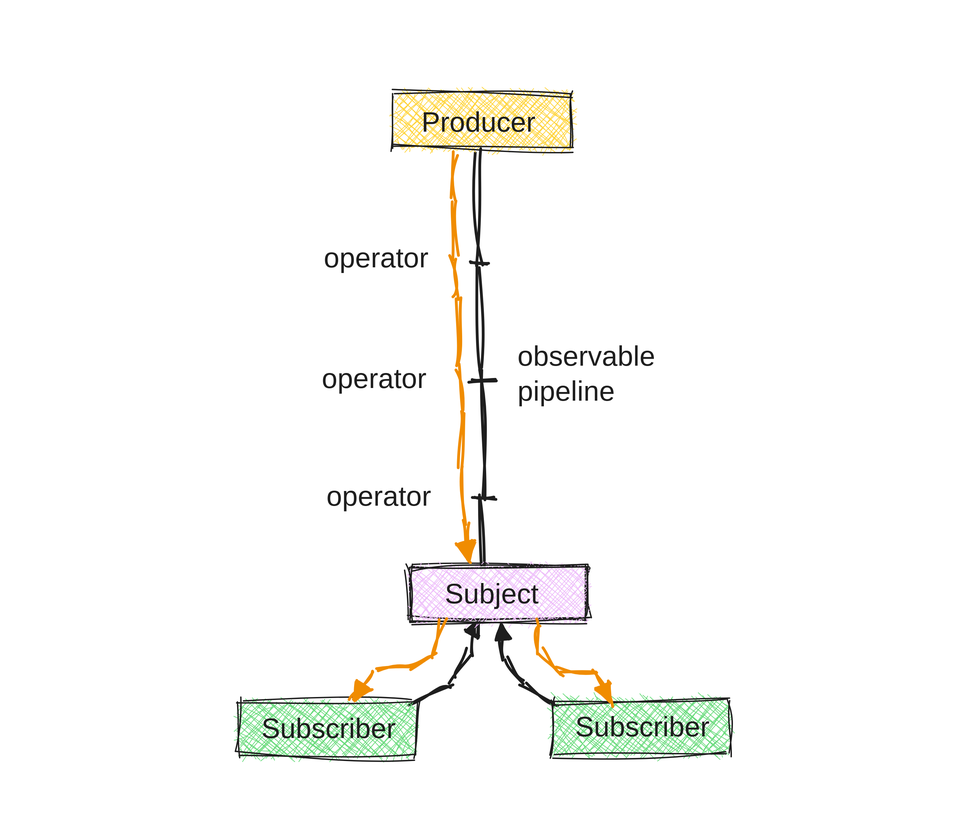
The Excalidraw diagram images/blog/blog-rxjs-multicasting.svg in ducin/ducin.dev, before a commit. Source tidied: one line per element, renumbered; positions are measured from the earlier drawing's top-left corner, leaving out a move shared by most shapes.
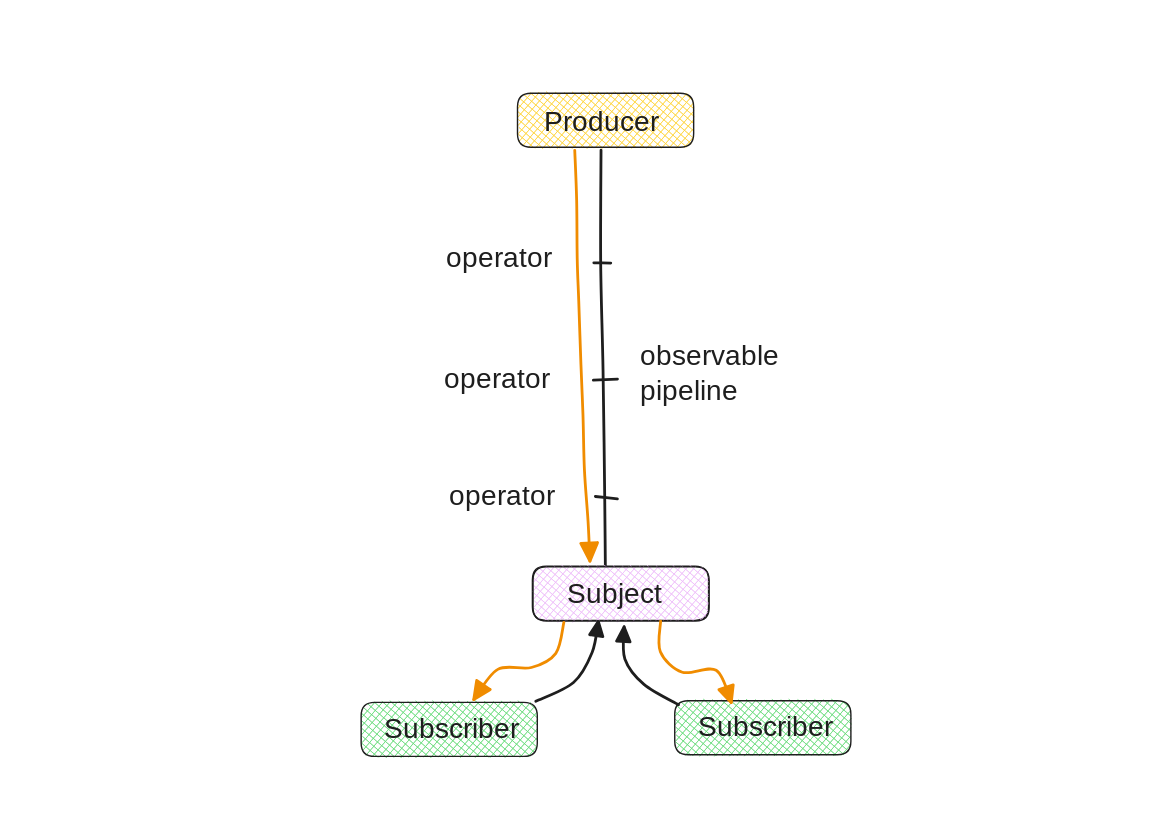
The same file after the commit.

What changed in the source:
```diff
@@ -1,23 +1,23 @@
-{"id": 0, "type": "rectangle", "strokeColor": "transparent", "strokeWidth": 2, "roughness": 2, "x": 0, "y": 0, "width": 662, "height": 579}
-{"id": 1, "type": "line", "strokeColor": "#1e1e1e", "backgroundColor": "#4dabf7", "fillStyle": "cross-hatch", "strokeWidth": 2, "roughness": 2, "x": 332, "y": 97, "width": 4, "height": 333, "points": [[0, 0], [0, 81], [1, 157], [3, 248], [3, 333]]}
-{"id": 2, "type": "line", "strokeColor": "#1e1e1e", "backgroundColor": "#4dabf7", "fillStyle": "cross-hatch", "strokeWidth": 2, "roughness": 2, "x": 327, "y": 178, "width": 12, "height": 0, "points": [[0, 0], [12, 0]]}
-{"id": 3, "type": "line", "strokeColor": "#1e1e1e", "backgroundColor": "#4dabf7", "fillStyle": "cross-hatch", "strokeWidth": 2, "roughness": 2, "x": 326, "y": 262, "width": 17, "height": 1, "points": [[0, 0], [17, -1]]}
-{"id": 4, "type": "line", "strokeColor": "#1e1e1e", "backgroundColor": "#4dabf7", "fillStyle": "cross-hatch", "strokeWidth": 2, "roughness": 2, "x": 328, "y": 345, "width": 16, "height": 2, "points": [[0, 0], [16, 2]]}
-{"id": 5, "type": "arrow", "strokeColor": "#1e1e1e", "backgroundColor": "#4dabf7", "fillStyle": "cross-hatch", "strokeWidth": 2, "roughness": 2, "endArrowhead": "triangle", "from": 13, "to": 16, "x": 285, "y": 491, "width": 45, "height": 57, "points": [[0, 0], [27, -13], [40, -35], [45, -57]]}
+{"id": 23, "type": "rectangle", "strokeColor": "transparent", "strokeWidth": 2, "roughness": 0, "round": true, "x": -87, "y": 0, "width": 805, "height": 579}
+{"id": 24, "type": "line", "strokeColor": "#1e1e1e", "backgroundColor": "#4dabf7", "fillStyle": "cross-hatch", "strokeWidth": 2, "roughness": 0, "round": true, "x": 332, "y": 97, "width": 4, "height": 333, "points": [[0, 0], [0, 81], [1, 157], [3, 248], [3, 333]]}
+{"id": 25, "type": "line", "strokeColor": "#1e1e1e", "backgroundColor": "#4dabf7", "fillStyle": "cross-hatch", "strokeWidth": 2, "roughness": 0, "round": true, "x": 327, "y": 178, "width": 12, "height": 0, "points": [[0, 0], [12, 0]]}
+{"id": 26, "type": "line", "strokeColor": "#1e1e1e", "backgroundColor": "#4dabf7", "fillStyle": "cross-hatch", "strokeWidth": 2, "roughness": 0, "round": true, "x": 326, "y": 262, "width": 17, "height": 1, "points": [[0, 0], [17, -1]]}
+{"id": 27, "type": "line", "strokeColor": "#1e1e1e", "backgroundColor": "#4dabf7", "fillStyle": "cross-hatch", "strokeWidth": 2, "roughness": 0, "round": true, "x": 328, "y": 345, "width": 16, "height": 2, "points": [[0, 0], [16, 2]]}
+{"id": 28, "type": "arrow", "strokeColor": "#1e1e1e", "backgroundColor": "#4dabf7", "fillStyle": "cross-hatch", "strokeWidth": 2, "roughness": 0, "endArrowhead": "triangle", "round": true, "from": 34, "to": 16, "x": 285, "y": 491, "width": 45, "height": 57, "points": [[0, 0], [27, -13], [40, -35], [45, -57]]}
-{"id": 6, "type": "text", "text": "observable\npipeline", "strokeColor": "#1e1e1e", "backgroundColor": "#4dabf7", "fillStyle": "cross-hatch", "strokeWidth": 2, "roughness": 2, "fontSize": 20, "fontFamily": 1, "x": 359, "y": 233, "width": 102, "height": 50}
+{"id": 6, "type": "text", "text": "observable\npipeline", "strokeColor": "#1e1e1e", "backgroundColor": "#4dabf7", "fillStyle": "cross-hatch", "strokeWidth": 2, "roughness": 0, "fontSize": 20, "fontFamily": 1, "round": true, "x": 359, "y": 233, "width": 102, "height": 50}
-{"id": 7, "type": "rectangle", "strokeColor": "#1e1e1e", "backgroundColor": "#ffd43b", "fillStyle": "cross-hatch", "strokeWidth": 1, "roughness": 2, "x": 272, "y": 57, "width": 126, "height": 39}
+{"id": 29, "type": "rectangle", "strokeColor": "#1e1e1e", "backgroundColor": "#ffd43b", "fillStyle": "cross-hatch", "strokeWidth": 1, "roughness": 0, "round": true, "x": 272, "y": 57, "width": 126, "height": 39}
-{"id": 8, "type": "text", "text": "Producer", "strokeColor": "#1e1e1e", "backgroundColor": "#a5d8ff", "fillStyle": "cross-hatch", "strokeWidth": 1, "roughness": 2, "fontSize": 20, "fontFamily": 1, "x": 291, "y": 66, "width": 85, "height": 25}
+{"id": 8, "type": "text", "text": "Producer", "strokeColor": "#1e1e1e", "backgroundColor": "#a5d8ff", "fillStyle": "cross-hatch", "strokeWidth": 1, "roughness": 0, "fontSize": 20, "fontFamily": 1, "round": true, "x": 291, "y": 66, "width": 85, "height": 25}
-{"id": 9, "type": "arrow", "strokeColor": "#1e1e1e", "backgroundColor": "#4dabf7", "fillStyle": "cross-hatch", "strokeWidth": 2, "roughness": 2, "endArrowhead": "triangle", "from": 11, "to": 16, "x": 387, "y": 493, "width": 39, "height": 56, "points": [[0, 0], [-25, -15], [-38, -33], [-39, -56]]}
-{"id": 10, "type": "rectangle", "strokeColor": "#1e1e1e", "backgroundColor": "#69db7c", "fillStyle": "cross-hatch", "strokeWidth": 1, "roughness": 2, "x": 385, "y": 491, "width": 126, "height": 39}
-{"id": 11, "type": "text", "text": "Subscriber", "strokeColor": "#1e1e1e", "backgroundColor": "#4dabf7", "fillStyle": "cross-hatch", "strokeWidth": 2, "roughness": 2, "fontSize": 20, "fontFamily": 1, "x": 401, "y": 498, "width": 97, "height": 25}
-{"id": 12, "type": "rectangle", "strokeColor": "#1e1e1e", "backgroundColor": "#69db7c", "fillStyle": "cross-hatch", "strokeWidth": 1, "roughness": 2, "x": 161, "y": 492, "width": 126, "height": 39}
-{"id": 13, "type": "text", "text": "Subscriber", "strokeColor": "#1e1e1e", "backgroundColor": "#4dabf7", "fillStyle": "cross-hatch", "strokeWidth": 2, "roughness": 2, "fontSize": 20, "fontFamily": 1, "x": 177, "y": 499, "width": 97, "height": 25}
-{"id": 14, "type": "rectangle", "strokeColor": "#1e1e1e", "backgroundColor": "#fff", "fillStyle": "solid", "strokeWidth": 1, "roughness": 2, "x": 283, "y": 395, "width": 126, "height": 39}
-{"id": 15, "type": "rectangle", "strokeColor": "#1e1e1e", "backgroundColor": "#eebefa", "fillStyle": "cross-hatch", "strokeWidth": 1, "roughness": 2, "x": 283, "y": 395, "width": 126, "height": 39}
+{"id": 30, "type": "arrow", "strokeColor": "#1e1e1e", "backgroundColor": "#4dabf7", "fillStyle": "cross-hatch", "strokeWidth": 2, "roughness": 0, "endArrowhead": "triangle", "round": true, "from": 32, "to": 16, "x": 387, "y": 493, "width": 39, "height": 56, "points": [[0, 0], [-25, -15], [-38, -33], [-39, -56]]}
+{"id": 31, "type": "rectangle", "strokeColor": "#1e1e1e", "backgroundColor": "#69db7c", "fillStyle": "cross-hatch", "strokeWidth": 1, "roughness": 0, "round": true, "x": 385, "y": 491, "width": 126, "height": 39}
+{"id": 32, "type": "text", "text": "Subscriber", "strokeColor": "#1e1e1e", "backgroundColor": "#4dabf7", "fillStyle": "cross-hatch", "strokeWidth": 2, "roughness": 0, "fontSize": 20, "fontFamily": 1, "round": true, "x": 401, "y": 498, "width": 97, "height": 25}
+{"id": 33, "type": "rectangle", "strokeColor": "#1e1e1e", "backgroundColor": "#69db7c", "fillStyle": "cross-hatch", "strokeWidth": 1, "roughness": 0, "round": true, "x": 161, "y": 492, "width": 126, "height": 39}
+{"id": 34, "type": "text", "text": "Subscriber", "strokeColor": "#1e1e1e", "backgroundColor": "#4dabf7", "fillStyle": "cross-hatch", "strokeWidth": 2, "roughness": 0, "fontSize": 20, "fontFamily": 1, "round": true, "x": 177, "y": 499, "width": 97, "height": 25}
+{"id": 35, "type": "rectangle", "strokeColor": "#1e1e1e", "backgroundColor": "#fff", "fillStyle": "solid", "strokeWidth": 1, "roughness": 0, "round": true, "x": 283, "y": 395, "width": 126, "height": 39}
+{"id": 36, "type": "rectangle", "strokeColor": "#1e1e1e", "backgroundColor": "#eebefa", "fillStyle": "cross-hatch", "strokeWidth": 1, "roughness": 0, "round": true, "x": 283, "y": 395, "width": 126, "height": 39}
-{"id": 16, "type": "text", "text": "Subject", "strokeColor": "#1e1e1e", "backgroundColor": "#a5d8ff", "fillStyle": "cross-hatch", "strokeWidth": 1, "roughness": 2, "fontSize": 20, "fontFamily": 1, "x": 308, "y": 403, "width": 73, "height": 25}
+{"id": 16, "type": "text", "text": "Subject", "strokeColor": "#1e1e1e", "backgroundColor": "#a5d8ff", "fillStyle": "cross-hatch", "strokeWidth": 1, "roughness": 0, "fontSize": 20, "fontFamily": 1, "round": true, "x": 308, "y": 403, "width": 73, "height": 25}
-{"id": 17, "type": "text", "text": "operator", "strokeColor": "#1e1e1e", "backgroundColor": "#fff", "fillStyle": "solid", "strokeWidth": 2, "roughness": 2, "fontSize": 20, "fontFamily": 1, "x": 221, "y": 163, "width": 85, "height": 25}
-{"id": 18, "type": "text", "text": "operator", "strokeColor": "#1e1e1e", "backgroundColor": "#fff", "fillStyle": "solid", "strokeWidth": 2, "roughness": 2, "fontSize": 20, "fontFamily": 1, "x": 220, "y": 249, "width": 85, "height": 25}
-{"id": 19, "type": "text", "text": "operator", "strokeColor": "#1e1e1e", "backgroundColor": "#fff", "fillStyle": "solid", "strokeWidth": 2, "roughness": 2, "fontSize": 20, "fontFamily": 1, "x": 223, "y": 333, "width": 85, "height": 25}
-{"id": 20, "type": "arrow", "strokeColor": "#f08c00", "backgroundColor": "#fff", "fillStyle": "solid", "strokeWidth": 2, "roughness": 2, "endArrowhead": "triangle", "from": 16, "to": 13, "x": 305, "y": 435, "width": 64, "height": 55, "points": [[0, 0], [-6, 22], [-23, 32], [-47, 34], [-64, 55]]}
-{"id": 21, "type": "arrow", "strokeColor": "#f08c00", "backgroundColor": "#fff", "fillStyle": "solid", "strokeWidth": 2, "roughness": 2, "endArrowhead": "triangle", "from": 16, "to": 11, "x": 374, "y": 434, "width": 51, "height": 58, "points": [[0, 0], [0, 22], [15, 37], [40, 35], [50, 58]]}
-{"id": 22, "type": "arrow", "strokeColor": "#f08c00", "angle": 3.12, "backgroundColor": "#fff", "fillStyle": "solid", "strokeWidth": 2, "roughness": 2, "endArrowhead": "triangle", "from": 8, "to": 16, "x": 320, "y": 391, "width": 4, "height": 294, "points": [[0, 0], [0, -36], [0, -78], [0, -108], [-1, -153], [-4, -189], [-1, -229], [-3, -265], [-3, -294]]}
+{"id": 37, "type": "text", "text": "operator", "strokeColor": "#1e1e1e", "backgroundColor": "#fff", "fillStyle": "solid", "strokeWidth": 2, "roughness": 0, "fontSize": 20, "fontFamily": 1, "round": true, "x": 221, "y": 163, "width": 85, "height": 25}
+{"id": 38, "type": "text", "text": "operator", "strokeColor": "#1e1e1e", "backgroundColor": "#fff", "fillStyle": "solid", "strokeWidth": 2, "roughness": 0, "fontSize": 20, "fontFamily": 1, "round": true, "x": 220, "y": 249, "width": 85, "height": 25}
+{"id": 39, "type": "text", "text": "operator", "strokeColor": "#1e1e1e", "backgroundColor": "#fff", "fillStyle": "solid", "strokeWidth": 2, "roughness": 0, "fontSize": 20, "fontFamily": 1, "round": true, "x": 223, "y": 333, "width": 85, "height": 25}
+{"id": 40, "type": "arrow", "strokeColor": "#f08c00", "backgroundColor": "#fff", "fillStyle": "solid", "strokeWidth": 2, "roughness": 0, "endArrowhead": "triangle", "round": true, "from": 16, "to": 34, "x": 305, "y": 435, "width": 64, "height": 55, "points": [[0, 0], [-6, 22], [-23, 32], [-47, 34], [-64, 55]]}
+{"id": 41, "type": "arrow", "strokeColor": "#f08c00", "backgroundColor": "#fff", "fillStyle": "solid", "strokeWidth": 2, "roughness": 0, "endArrowhead": "triangle", "round": true, "from": 16, "to": 32, "x": 374, "y": 434, "width": 51, "height": 58, "points": [[0, 0], [0, 22], [15, 37], [40, 35], [50, 58]]}
+{"id": 42, "type": "arrow", "strokeColor": "#f08c00", "angle": 3.12, "backgroundColor": "#fff", "fillStyle": "solid", "strokeWidth": 2, "roughness": 0, "endArrowhead": "triangle", "round": true, "from": 8, "to": 16, "x": 320, "y": 391, "width": 4, "height": 294, "points": [[0, 0], [0, -36], [0, -78], [0, -108], [-1, -153], [-1, -189], [-1, -229], [-3, -265], [-3, -294]]}
```
